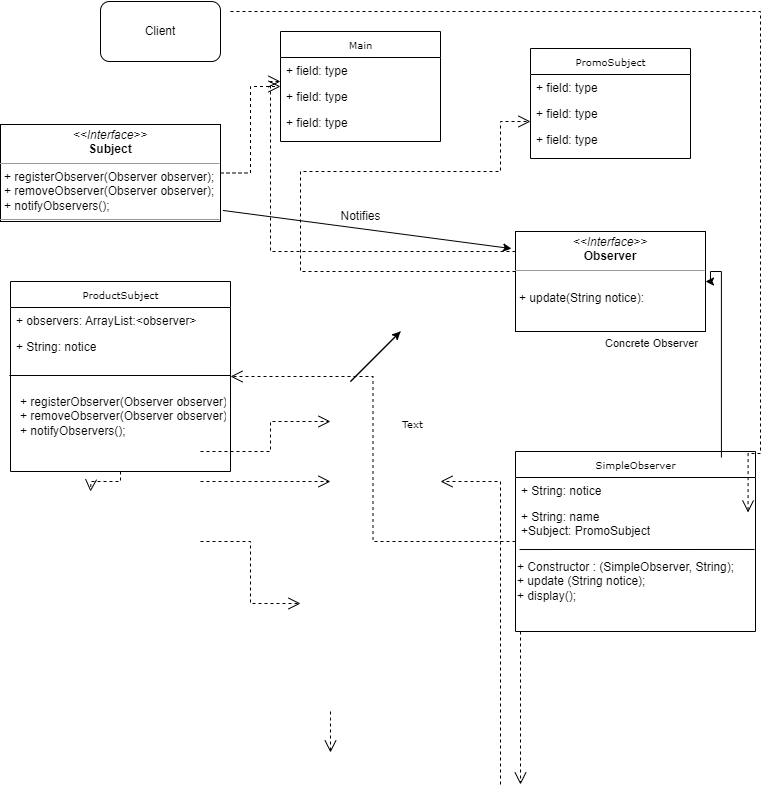
This is Assign5Part1Class.drawio.png from jimmyjazz31/CS665Assign5, a draw.io export, as it was before one commit. Source tidied: cells renumbered, new cells last; positions are measured from the earlier drawing's top-left corner, leaving out a move shared by most shapes.
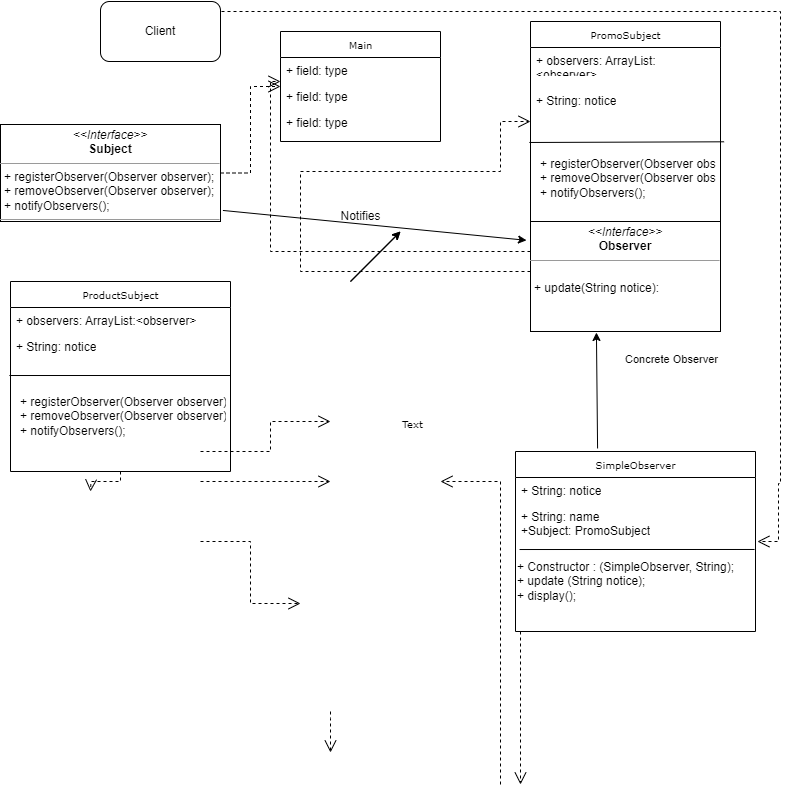
After the commit.

Change to the diagram source:
```diff
@@ -32,20 +32,20 @@
       <mxGeometry y="78" width="160" height="26" as="geometry" />
     </mxCell>
     <mxCell id="11" value="PromoSubject" style="swimlane;html=1;fontStyle=0;horizontal=1;startSize=26;fillColor=none;swimlaneFillColor=#ffffff;rounded=0;shadow=0;comic=0;labelBackgroundColor=none;strokeWidth=1;fontFamily=Verdana;fontSize=10;align=center;" parent="1" vertex="1">
-      <mxGeometry x="530" y="47" width="160" height="110" as="geometry" />
+      <mxGeometry x="530" y="20" width="190" height="200" as="geometry" />
     </mxCell>
-    <mxCell id="12" value="+ field: type" style="text;html=1;strokeColor=none;fillColor=none;align=left;verticalAlign=top;spacingLeft=4;spacingRight=4;whiteSpace=wrap;overflow=hidden;" parent="11" vertex="1">
-      <mxGeometry y="26" width="160" height="26" as="geometry" />
+    <mxCell id="12" value="+ observers: ArrayList:&amp;lt;observer&amp;gt;&lt;div&gt;&lt;br&gt;&lt;/div&gt;&lt;div&gt;&lt;br&gt;&lt;/div&gt;" style="text;html=1;strokeColor=none;fillColor=none;align=left;verticalAlign=top;spacingLeft=4;spacingRight=4;whiteSpace=wrap;overflow=hidden;" parent="11" vertex="1">
+      <mxGeometry y="26" width="190" height="26" as="geometry" />
     </mxCell>
-    <mxCell id="13" value="+ field: type" style="text;html=1;strokeColor=none;fillColor=none;align=left;verticalAlign=top;spacingLeft=4;spacingRight=4;whiteSpace=wrap;overflow=hidden;points=[[0,0.5],[1,0.5]];portConstraint=eastwest;" parent="11" vertex="1">
-      <mxGeometry y="52" width="160" height="26" as="geometry" />
+    <mxCell id="13" value="&lt;div&gt;&lt;br&gt;&lt;/div&gt;+ String: notice" style="text;html=1;strokeColor=none;fillColor=none;align=left;verticalAlign=top;spacingLeft=4;spacingRight=4;whiteSpace=wrap;overflow=hidden;points=[[0,0.5],[1,0.5]];portConstraint=eastwest;" parent="11" vertex="1">
+      <mxGeometry y="52" width="190" height="48" as="geometry" />
     </mxCell>
-    <mxCell id="14" value="+ field: type" style="text;html=1;strokeColor=none;fillColor=none;align=left;verticalAlign=top;spacingLeft=4;spacingRight=4;whiteSpace=wrap;overflow=hidden;points=[[0,0.5],[1,0.5]];portConstraint=eastwest;" parent="11" vertex="1">
-      <mxGeometry y="78" width="160" height="26" as="geometry" />
+    <mxCell id="14" value="&lt;div&gt;&lt;br&gt;&lt;/div&gt;&lt;div&gt;&lt;p style=&quot;text-wrap: nowrap; margin: 0px 0px 0px 4px;&quot;&gt;&lt;br&gt;&lt;/p&gt;&lt;p style=&quot;text-wrap: nowrap; margin: 0px 0px 0px 4px;&quot;&gt;&lt;span style=&quot;background-color: initial;&quot;&gt;+ registerObserver(Observer observer);&lt;/span&gt;&lt;/p&gt;&lt;p style=&quot;text-wrap: nowrap; margin: 0px 0px 0px 4px;&quot;&gt;+ removeObserver(&lt;span style=&quot;background-color: initial;&quot;&gt;Observer observer&lt;/span&gt;&lt;span style=&quot;background-color: initial;&quot;&gt;);&lt;/span&gt;&lt;/p&gt;&lt;p style=&quot;text-wrap: nowrap; margin: 0px 0px 0px 4px;&quot;&gt;+ notifyObservers();&lt;/p&gt;&lt;/div&gt;" style="text;html=1;strokeColor=none;fillColor=none;align=left;verticalAlign=top;spacingLeft=4;spacingRight=4;whiteSpace=wrap;overflow=hidden;points=[[0,0.5],[1,0.5]];portConstraint=eastwest;" parent="11" vertex="1">
+      <mxGeometry y="100" width="190" height="92" as="geometry" />
     </mxCell>
-    <mxCell id="15" style="edgeStyle=orthogonalEdgeStyle;rounded=0;html=1;dashed=1;labelBackgroundColor=none;startFill=0;endArrow=open;endFill=0;endSize=10;fontFamily=Verdana;fontSize=10;" parent="1" edge="1" source="16" target="3">
-      <mxGeometry relative="1" as="geometry" />
-    </mxCell>
+    <mxCell id="43" style="endArrow=none;html=1;rounded=0;exitX=-0.006;exitY=0.228;exitDx=0;exitDy=0;exitPerimeter=0;entryX=1.019;entryY=1.423;entryDx=0;entryDy=0;entryPerimeter=0;" parent="11" edge="1" source="14" target="13">
+      <mxGeometry relative="1" as="geometry" />
+    </mxCell>
     <mxCell id="16" value="SimpleObserver" style="swimlane;html=1;fontStyle=0;horizontal=1;startSize=26;fillColor=none;swimlaneFillColor=#ffffff;rounded=0;shadow=0;comic=0;labelBackgroundColor=none;strokeWidth=1;fontFamily=Verdana;fontSize=10;align=center;" parent="1" vertex="1">
       <mxGeometry x="515" y="450" width="240" height="180" as="geometry" />
     </mxCell>
@@ -113,12 +113,14 @@
         </Array>
       </mxGeometry>
     </mxCell>
-    <mxCell id="29" style="edgeStyle=orthogonalEdgeStyle;rounded=0;html=1;dashed=1;labelBackgroundColor=none;startFill=0;endArrow=open;endFill=0;endSize=10;fontFamily=Verdana;fontSize=10;entryX=0.969;entryY=1.346;entryDx=0;entryDy=0;entryPerimeter=0;" parent="1" edge="1" target="17">
+    <mxCell id="29" style="edgeStyle=orthogonalEdgeStyle;rounded=0;html=1;dashed=1;labelBackgroundColor=none;startFill=0;endArrow=open;endFill=0;endSize=10;fontFamily=Verdana;fontSize=10;entryX=1.008;entryY=0.792;entryDx=0;entryDy=0;entryPerimeter=0;exitX=1;exitY=0.25;exitDx=0;exitDy=0;" parent="1" edge="1" source="40" target="18">
       <mxGeometry relative="1" as="geometry">
-        <mxPoint x="230" y="10" as="sourcePoint" />
         <Array as="points">
-          <mxPoint x="760" y="10" />
-          <mxPoint x="760" y="452" />
+          <mxPoint x="220" y="10" />
+          <mxPoint x="780" y="10" />
+          <mxPoint x="780" y="482" />
+          <mxPoint x="778" y="482" />
+          <mxPoint x="778" y="540" />
         </Array>
       </mxGeometry>
     </mxCell>
@@ -127,17 +129,8 @@
         <mxPoint x="-111" y="152" as="offset" />
       </mxGeometry>
     </mxCell>
-    <mxCell id="31" style="edgeStyle=orthogonalEdgeStyle;rounded=0;jettySize=auto;html=1;exitX=0.858;exitY=0.033;exitDx=0;exitDy=0;exitPerimeter=0;" parent="1" edge="1" source="16" target="32">
-      <mxGeometry relative="1" as="geometry">
-        <Array as="points">
-          <mxPoint x="721" y="270" />
-          <mxPoint x="710" y="270" />
-          <mxPoint x="710" y="280" />
-        </Array>
-      </mxGeometry>
-    </mxCell>
     <mxCell id="32" value="&lt;p style=&quot;margin:0px;margin-top:4px;text-align:center;&quot;&gt;&lt;i&gt;&amp;lt;&amp;lt;Interface&amp;gt;&amp;gt;&lt;/i&gt;&lt;br&gt;&lt;b&gt;Observer&lt;/b&gt;&lt;/p&gt;&lt;hr size=&quot;1&quot;&gt;&lt;p style=&quot;margin:0px;margin-left:4px;&quot;&gt;&lt;/p&gt;&lt;p style=&quot;margin:0px;margin-left:4px;&quot;&gt;&lt;br&gt;+ update(String notice):&lt;/p&gt;" style="verticalAlign=top;align=left;overflow=fill;fontSize=12;fontFamily=Helvetica;html=1;rounded=0;shadow=0;comic=0;labelBackgroundColor=none;strokeWidth=1;" parent="1" vertex="1">
-      <mxGeometry x="515" y="230" width="190" height="100" as="geometry" />
+      <mxGeometry x="530" y="220" width="190" height="110" as="geometry" />
     </mxCell>
     <mxCell id="33" style="edgeStyle=orthogonalEdgeStyle;rounded=0;html=1;dashed=1;labelBackgroundColor=none;startFill=0;endArrow=open;endFill=0;endSize=10;fontFamily=Verdana;fontSize=10;" parent="1" edge="1">
       <mxGeometry relative="1" as="geometry">
@@ -173,11 +166,8 @@
         </Array>
       </mxGeometry>
     </mxCell>
-    <mxCell id="37" style="endArrow=classic;html=1;rounded=0;" parent="1" edge="1">
-      <mxGeometry relative="1" as="geometry">
-        <mxPoint x="350" y="380" as="sourcePoint" />
-        <mxPoint x="400" y="330" as="targetPoint" />
-      </mxGeometry>
+    <mxCell id="37" style="endArrow=classic;html=1;rounded=0;exitX=0.342;exitY=-0.017;exitDx=0;exitDy=0;exitPerimeter=0;entryX=0.347;entryY=1.009;entryDx=0;entryDy=0;entryPerimeter=0;" parent="1" edge="1" source="16" target="32">
+      <mxGeometry relative="1" as="geometry" />
     </mxCell>
     <mxCell id="38" style="endArrow=classic;html=1;rounded=0;exitX=1.011;exitY=0.886;exitDx=0;exitDy=0;exitPerimeter=0;entryX=-0.021;entryY=0.171;entryDx=0;entryDy=0;entryPerimeter=0;" parent="1" edge="1" source="26" target="32">
       <mxGeometry relative="1" as="geometry" />
@@ -193,11 +183,17 @@
         <mxPoint x="230" y="374" as="targetPoint" />
       </mxGeometry>
     </mxCell>
-    <mxCell id="42" style="endArrow=none;html=1;rounded=0;" parent="1" edge="1">
-      <mxGeometry relative="1" as="geometry">
-        <mxPoint x="350" y="380" as="sourcePoint" />
-        <mxPoint x="400" y="330" as="targetPoint" />
-      </mxGeometry>
-    </mxCell>
+    <mxCell id="44" style="endArrow=classic;html=1;rounded=0;" parent="1" edge="1">
+      <mxGeometry relative="1" as="geometry">
+        <mxPoint x="350" y="280" as="sourcePoint" />
+        <mxPoint x="400" y="230" as="targetPoint" />
+      </mxGeometry>
+    </mxCell>
+    <mxCell id="45" style="endArrow=classic;html=1;rounded=0;" parent="1" edge="1">
+      <mxGeometry relative="1" as="geometry">
+        <mxPoint x="350" y="280" as="sourcePoint" />
+        <mxPoint x="400" y="230" as="targetPoint" />
+      </mxGeometry>
+    </mxCell>
   </root>
 </mxGraphModel>
```
